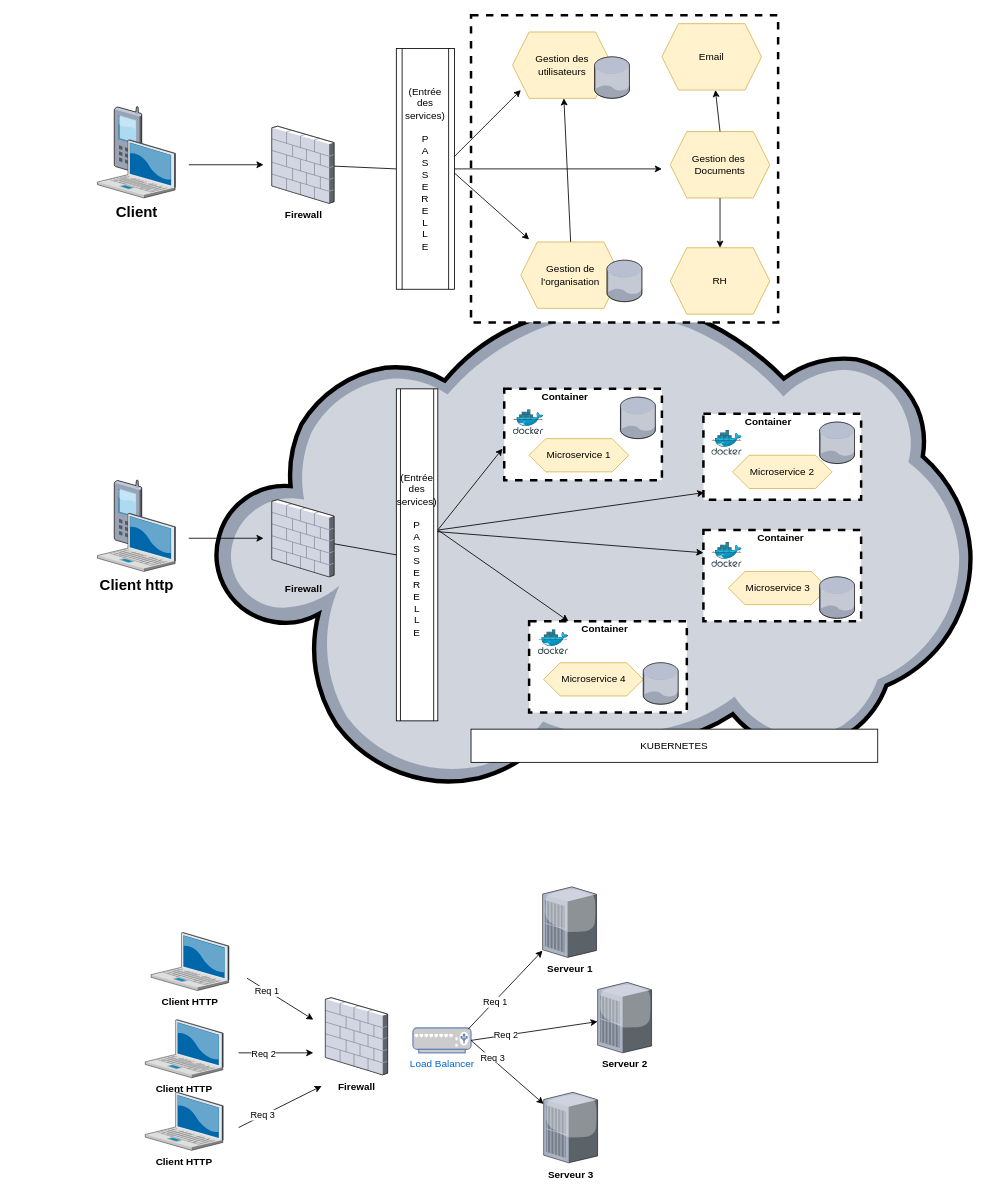
Above: page "P1_FraWorkArchi_Astra" (3 of 8) of AstraComponentDiagr.drawio in Lamessolo/ProjetLeadTech (draw.io), before the change. Source tidied: cells renumbered, new cells numbered last; positions are measured from the earlier drawing's top-left corner, leaving out a move shared by most shapes. Both pictures are drawn from the tidied source at 83%, with x=0, y=0 at pixel (97, 15).
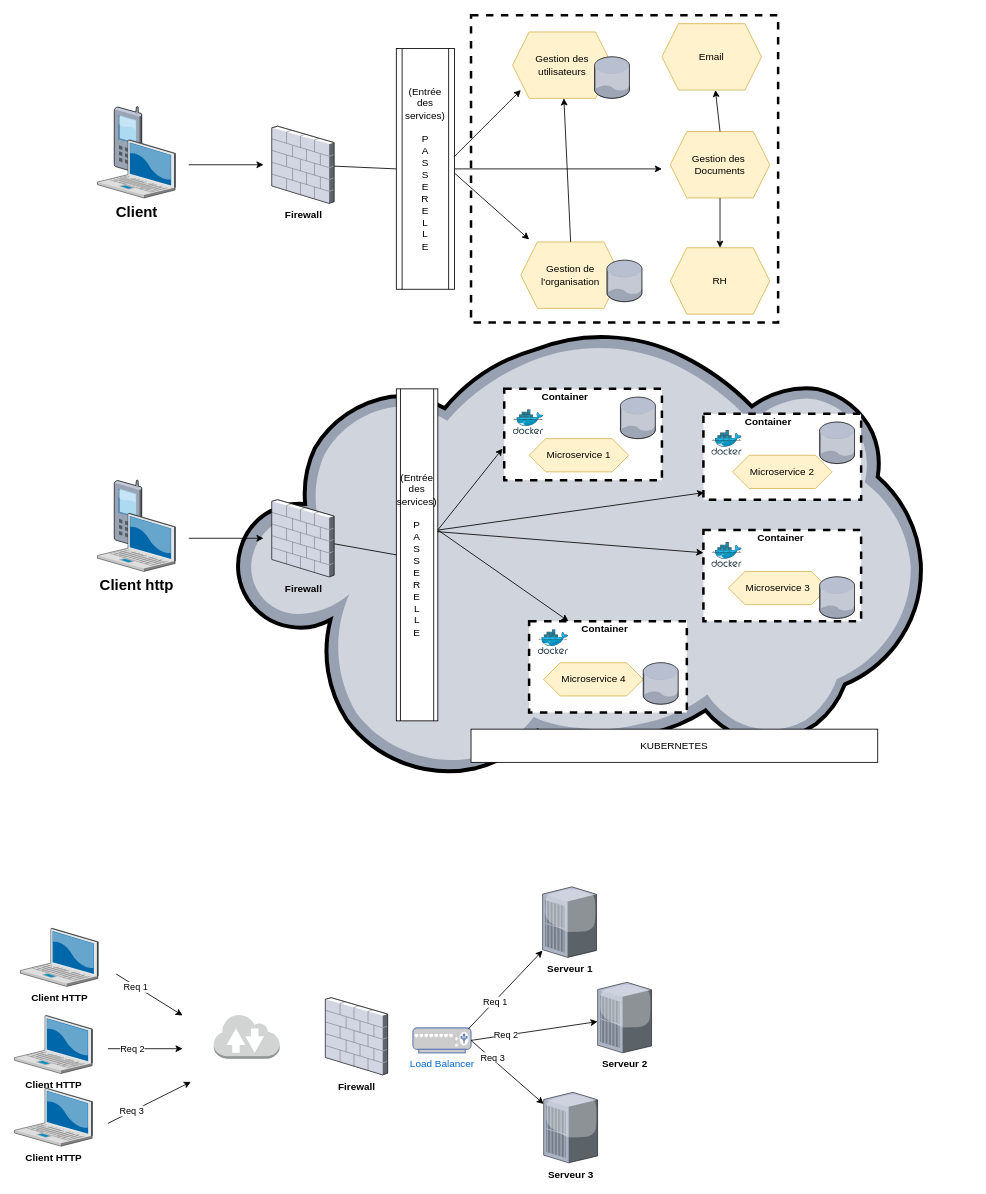
Above is the later version.

Diff of the diagram source:
```diff
@@
     <mxCell id="2" style="verticalLabelPosition=bottom;html=1;verticalAlign=top;strokeColor=none;align=center;shape=mxgraph.citrix.cloud;" parent="1" vertex="1">
-      <mxGeometry x="140" y="336.9" width="913.6" height="596.3" as="geometry" />
+      <mxGeometry x="166.3" y="380" width="827.4" height="540" as="geometry" />
     </mxCell>
@@
     <mxCell id="24" value="&lt;b&gt;Client HTTP&lt;/b&gt;" style="verticalLabelPosition=bottom;html=1;verticalAlign=top;strokeColor=none;align=center;shape=mxgraph.citrix.laptop_2;" parent="1" vertex="1">
-      <mxGeometry x="57.5" y="1210" width="93.9" height="70" as="geometry" />
+      <mxGeometry x="-100" y="1205" width="93.9" height="70" as="geometry" />
     </mxCell>
@@
     <mxCell id="29" value="&lt;font&gt;&lt;b&gt;Client HTTP&lt;/b&gt;&lt;br&gt;&lt;/font&gt;" style="verticalLabelPosition=bottom;html=1;verticalAlign=top;strokeColor=none;align=center;shape=mxgraph.citrix.laptop_2;" parent="1" vertex="1">
-      <mxGeometry x="64.5" y="1105" width="93.9" height="70" as="geometry" />
+      <mxGeometry x="-93" y="1100" width="93.9" height="70" as="geometry" />
     </mxCell>
     <mxCell id="30" value="&lt;b&gt;Client HTTP&lt;/b&gt;" style="verticalLabelPosition=bottom;html=1;verticalAlign=top;strokeColor=none;align=center;shape=mxgraph.citrix.laptop_2;" parent="1" vertex="1">
-      <mxGeometry x="57.5" y="1297.5" width="93.9" height="70" as="geometry" />
+      <mxGeometry x="-100" y="1292.5" width="93.9" height="70" as="geometry" />
     </mxCell>
@@
     <mxCell id="45" style="endArrow=classic;html=1;" parent="1" edge="1">
       <mxGeometry relative="1" as="geometry">
-        <mxPoint x="180" y="1160" as="sourcePoint" />
-        <mxPoint x="260" y="1210" as="targetPoint" />
+        <mxPoint x="22.5" y="1155" as="sourcePoint" />
+        <mxPoint x="102.5" y="1205" as="targetPoint" />
       </mxGeometry>
     </mxCell>
@@
     <mxCell id="47" style="endArrow=classic;html=1;" parent="1" edge="1">
       <mxGeometry relative="1" as="geometry">
-        <mxPoint x="170" y="1340" as="sourcePoint" />
-        <mxPoint x="270" y="1290" as="targetPoint" />
+        <mxPoint x="12.5" y="1335" as="sourcePoint" />
+        <mxPoint x="112.5" y="1285" as="targetPoint" />
       </mxGeometry>
     </mxCell>
@@
     <mxCell id="49" style="endArrow=classic;html=1;" parent="1" edge="1">
       <mxGeometry relative="1" as="geometry">
-        <mxPoint x="170" y="1250" as="sourcePoint" />
-        <mxPoint x="260" y="1250" as="targetPoint" />
+        <mxPoint x="12.5" y="1245" as="sourcePoint" />
+        <mxPoint x="102.5" y="1245" as="targetPoint" />
       </mxGeometry>
     </mxCell>
@@
+    <mxCell id="74" style="dashed=0;verticalLabelPosition=bottom;verticalAlign=top;align=center;html=1;shape=mxgraph.aws3.internet_2;fillColor=#D2D3D3;gradientColor=none;" parent="1" vertex="1">
+      <mxGeometry x="140" y="1203" width="79.5" height="54" as="geometry" />
+    </mxCell>
```
